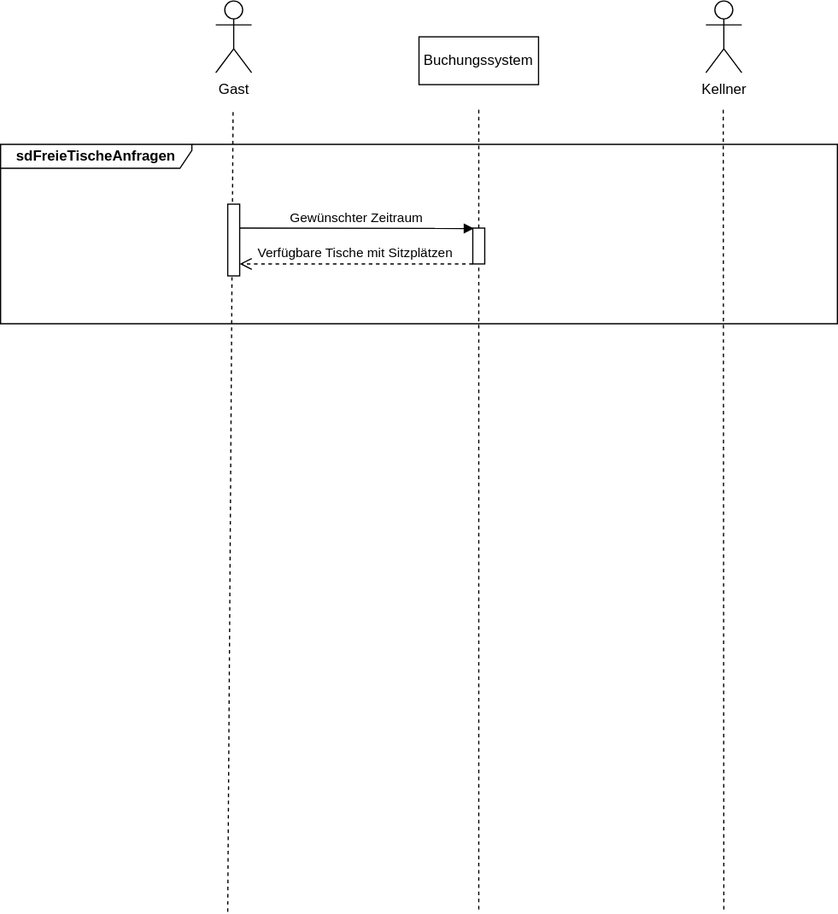
Above: diagramme/UML-Sequence.drawio.svg in FIA-GSO/tischreservierung-G-Unit-Team (draw.io), before the change. Source tidied: cells renumbered, new cells last; positions are measured from the earlier drawing's top-left corner, leaving out a move shared by most shapes. Its diagram source:
```xml
<mxGraphModel>
  <root>
    <mxCell id="0" />
    <mxCell id="1" parent="0" />
    <mxCell id="2" style="group;" parent="1" vertex="1">
      <mxGeometry x="590" width="30" height="550" as="geometry" />
    </mxCell>
    <mxCell id="3" value="Kellner" style="shape=umlActor;verticalLabelPosition=bottom;verticalAlign=top;html=1;" parent="2" vertex="1">
      <mxGeometry width="30" height="60" as="geometry" />
    </mxCell>
    <mxCell id="4" style="endArrow=none;dashed=1;html=1;rounded=0;" parent="2" edge="1">
      <mxGeometry relative="1" as="geometry">
        <mxPoint x="15" y="760" as="sourcePoint" />
        <mxPoint x="14.5" y="90" as="targetPoint" />
      </mxGeometry>
    </mxCell>
    <mxCell id="5" style="group;" parent="1" vertex="1">
      <mxGeometry x="180" width="30" height="762" as="geometry" />
    </mxCell>
    <mxCell id="6" style="group;" parent="5" vertex="1">
      <mxGeometry width="30" height="550" as="geometry" />
    </mxCell>
    <mxCell id="7" value="Gast" style="shape=umlActor;verticalLabelPosition=bottom;verticalAlign=top;html=1;" parent="6" vertex="1">
      <mxGeometry width="30" height="60" as="geometry" />
    </mxCell>
    <mxCell id="8" style="endArrow=none;dashed=1;html=1;rounded=0;startArrow=none;" parent="5" edge="1">
      <mxGeometry relative="1" as="geometry">
        <mxPoint x="10" y="762" as="sourcePoint" />
        <mxPoint x="14.5" y="90" as="targetPoint" />
      </mxGeometry>
    </mxCell>
    <mxCell id="9" style="group;" parent="1" vertex="1">
      <mxGeometry x="350" y="30" width="100" height="730" as="geometry" />
    </mxCell>
    <mxCell id="10" value="Buchungssystem" style="rounded=0;whiteSpace=wrap;html=1;" parent="9" vertex="1">
      <mxGeometry width="100" height="40" as="geometry" />
    </mxCell>
    <mxCell id="11" style="endArrow=none;dashed=1;html=1;rounded=0;startArrow=none;" parent="9" edge="1">
      <mxGeometry relative="1" as="geometry">
        <mxPoint x="50" y="730" as="sourcePoint" />
        <mxPoint x="50" y="60" as="targetPoint" />
      </mxGeometry>
    </mxCell>
    <mxCell id="12" value="&lt;b&gt;sdFreieTischeAnfragen&lt;/b&gt;" style="shape=umlFrame;whiteSpace=wrap;html=1;width=160;height=20;" parent="1" vertex="1">
      <mxGeometry y="120" width="700" height="150" as="geometry" />
    </mxCell>
    <mxCell id="13" style="perimeter=orthogonalPerimeter;rounded=0;shadow=0;strokeWidth=1;" parent="1" vertex="1">
      <mxGeometry x="190" y="170" width="10" height="60" as="geometry" />
    </mxCell>
    <mxCell id="14" value="Gewünschter Zeitraum" style="verticalAlign=bottom;endArrow=block;shadow=0;strokeWidth=1;entryX=0.1;entryY=0.011;entryDx=0;entryDy=0;entryPerimeter=0;" parent="1" edge="1" target="15">
      <mxGeometry relative="1" as="geometry">
        <mxPoint x="200" y="190" as="sourcePoint" />
      </mxGeometry>
    </mxCell>
    <mxCell id="15" style="points=[];perimeter=orthogonalPerimeter;rounded=0;shadow=0;strokeWidth=1;" parent="1" vertex="1">
      <mxGeometry x="395" y="190" width="10" height="30" as="geometry" />
    </mxCell>
    <mxCell id="16" value="Verfügbare Tische mit Sitzplätzen" style="verticalAlign=bottom;endArrow=open;dashed=1;endSize=8;exitX=0;exitY=0.95;shadow=0;strokeWidth=1;" parent="1" edge="1">
      <mxGeometry relative="1" as="geometry">
        <mxPoint x="395" y="220" as="sourcePoint" />
        <mxPoint x="200" y="220" as="targetPoint" />
      </mxGeometry>
    </mxCell>
  </root>
</mxGraphModel>
```
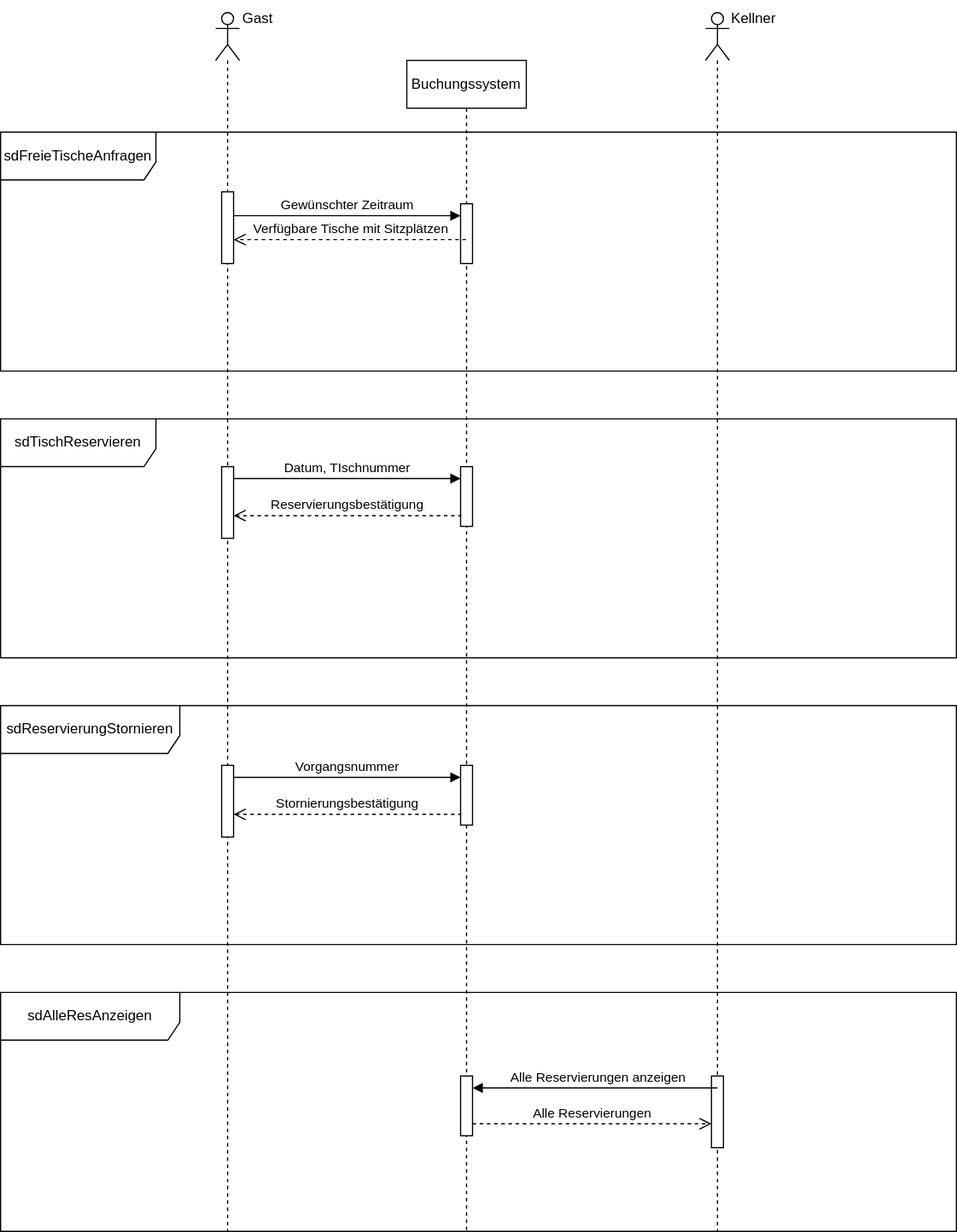
The same file after the commit.

The edit, as a diff of the source:
```diff
@@ -2,64 +2,129 @@
   <root>
     <mxCell id="0" />
     <mxCell id="1" parent="0" />
-    <mxCell id="2" style="group;" parent="1" vertex="1">
-      <mxGeometry x="590" width="30" height="550" as="geometry" />
-    </mxCell>
+    <mxCell id="12" value="sdFreieTischeAnfragen" style="shape=umlFrame;whiteSpace=wrap;html=1;width=130;height=40;" parent="1" vertex="1">
+      <mxGeometry y="120" width="800" height="200" as="geometry" />
+    </mxCell>
+    <mxCell id="17" style="shape=umlLifeline;perimeter=lifelinePerimeter;whiteSpace=wrap;html=1;newEdgeStyle={&quot;curved&quot;:0,&quot;rounded&quot;:0};participant=umlActor;" parent="1" vertex="1">
+      <mxGeometry x="180" y="20" width="20" height="1020" as="geometry" />
+    </mxCell>
+    <mxCell id="18" style="html=1;points=[[0,0,0,0,5],[0,1,0,0,-5],[1,0,0,0,5],[1,1,0,0,-5]];perimeter=orthogonalPerimeter;outlineConnect=0;targetShapes=umlLifeline;portConstraint=eastwest;newEdgeStyle={&quot;curved&quot;:0,&quot;rounded&quot;:0};" parent="17" vertex="1">
+      <mxGeometry x="5" y="150" width="10" height="60" as="geometry" />
+    </mxCell>
+    <mxCell id="19" style="html=1;points=[[0,0,0,0,5],[0,1,0,0,-5],[1,0,0,0,5],[1,1,0,0,-5]];perimeter=orthogonalPerimeter;outlineConnect=0;targetShapes=umlLifeline;portConstraint=eastwest;newEdgeStyle={&quot;curved&quot;:0,&quot;rounded&quot;:0};" parent="17" vertex="1">
+      <mxGeometry x="5" y="380" width="10" height="60" as="geometry" />
+    </mxCell>
+    <mxCell id="20" style="html=1;perimeter=orthogonalPerimeter;targetShapes=umlLifeline;newEdgeStyle={&quot;curved&quot;:0,&quot;rounded&quot;:0};" parent="17" vertex="1">
+      <mxGeometry x="5" y="630" width="10" height="60" as="geometry" />
+    </mxCell>
+    <mxCell id="10" value="Buchungssystem" style="shape=umlLifeline;perimeter=lifelinePerimeter;whiteSpace=wrap;html=1;outlineConnect=0;portConstraint=eastwest;newEdgeStyle={&quot;curved&quot;:0,&quot;rounded&quot;:0};" parent="1" vertex="1">
+      <mxGeometry x="340" y="60" width="100" height="980" as="geometry" />
+    </mxCell>
+    <mxCell id="21" style="html=1;points=[[0,0,0,0,5],[0,1,0,0,-5],[1,0,0,0,5],[1,1,0,0,-5]];perimeter=orthogonalPerimeter;outlineConnect=0;targetShapes=umlLifeline;portConstraint=eastwest;newEdgeStyle={&quot;curved&quot;:0,&quot;rounded&quot;:0};" parent="10" vertex="1">
+      <mxGeometry x="45" y="120" width="10" height="50" as="geometry" />
+    </mxCell>
+    <mxCell id="22" style="html=1;perimeter=orthogonalPerimeter;targetShapes=umlLifeline;newEdgeStyle={&quot;curved&quot;:0,&quot;rounded&quot;:0};" parent="10" vertex="1">
+      <mxGeometry x="45" y="850" width="10" height="50" as="geometry" />
+    </mxCell>
+    <mxCell id="23" style="shape=umlLifeline;perimeter=lifelinePerimeter;whiteSpace=wrap;html=1;newEdgeStyle={&quot;curved&quot;:0,&quot;rounded&quot;:0};participant=umlActor;" parent="1" vertex="1">
+      <mxGeometry x="590" y="20" width="20" height="1020" as="geometry" />
+    </mxCell>
+    <mxCell id="7" value="Gast" style="text;html=1;align=center;verticalAlign=middle;strokeColor=none;fillColor=none;" parent="1" vertex="1">
+      <mxGeometry x="190" y="10" width="50" height="30" as="geometry" />
+    </mxCell>
-    <mxCell id="3" value="Kellner" style="shape=umlActor;verticalLabelPosition=bottom;verticalAlign=top;html=1;" parent="2" vertex="1">
-      <mxGeometry width="30" height="60" as="geometry" />
+    <mxCell id="3" value="Kellner" style="text;html=1;align=center;verticalAlign=middle;strokeColor=none;fillColor=none;" parent="1" vertex="1">
+      <mxGeometry x="600" y="10" width="60" height="30" as="geometry" />
     </mxCell>
-    <mxCell id="4" style="endArrow=none;dashed=1;html=1;rounded=0;" parent="2" edge="1">
-      <mxGeometry relative="1" as="geometry">
-        <mxPoint x="15" y="760" as="sourcePoint" />
-        <mxPoint x="14.5" y="90" as="targetPoint" />
-      </mxGeometry>
-    </mxCell>
-    <mxCell id="5" style="group;" parent="1" vertex="1">
-      <mxGeometry x="180" width="30" height="762" as="geometry" />
-    </mxCell>
-    <mxCell id="6" style="group;" parent="5" vertex="1">
-      <mxGeometry width="30" height="550" as="geometry" />
-    </mxCell>
-    <mxCell id="7" value="Gast" style="shape=umlActor;verticalLabelPosition=bottom;verticalAlign=top;html=1;" parent="6" vertex="1">
-      <mxGeometry width="30" height="60" as="geometry" />
-    </mxCell>
-    <mxCell id="8" style="endArrow=none;dashed=1;html=1;rounded=0;startArrow=none;" parent="5" edge="1">
-      <mxGeometry relative="1" as="geometry">
-        <mxPoint x="10" y="762" as="sourcePoint" />
-        <mxPoint x="14.5" y="90" as="targetPoint" />
-      </mxGeometry>
-    </mxCell>
-    <mxCell id="9" style="group;" parent="1" vertex="1">
-      <mxGeometry x="350" y="30" width="100" height="730" as="geometry" />
-    </mxCell>
-    <mxCell id="10" value="Buchungssystem" style="rounded=0;whiteSpace=wrap;html=1;" parent="9" vertex="1">
-      <mxGeometry width="100" height="40" as="geometry" />
-    </mxCell>
-    <mxCell id="11" style="endArrow=none;dashed=1;html=1;rounded=0;startArrow=none;" parent="9" edge="1">
-      <mxGeometry relative="1" as="geometry">
-        <mxPoint x="50" y="730" as="sourcePoint" />
-        <mxPoint x="50" y="60" as="targetPoint" />
-      </mxGeometry>
-    </mxCell>
-    <mxCell id="12" value="&lt;b&gt;sdFreieTischeAnfragen&lt;/b&gt;" style="shape=umlFrame;whiteSpace=wrap;html=1;width=160;height=20;" parent="1" vertex="1">
-      <mxGeometry y="120" width="700" height="150" as="geometry" />
-    </mxCell>
-    <mxCell id="13" style="perimeter=orthogonalPerimeter;rounded=0;shadow=0;strokeWidth=1;" parent="1" vertex="1">
-      <mxGeometry x="190" y="170" width="10" height="60" as="geometry" />
-    </mxCell>
-    <mxCell id="14" value="Gewünschter Zeitraum" style="verticalAlign=bottom;endArrow=block;shadow=0;strokeWidth=1;entryX=0.1;entryY=0.011;entryDx=0;entryDy=0;entryPerimeter=0;" parent="1" edge="1" target="15">
+    <mxCell id="14" value="Gewünschter Zeitraum" style="html=1;verticalAlign=bottom;endArrow=block;curved=0;rounded=0;edgeStyle=orthogonalEdgeStyle;" parent="1" edge="1" source="18" target="21">
       <mxGeometry relative="1" as="geometry">
-        <mxPoint x="200" y="190" as="sourcePoint" />
+        <Array as="points">
+          <mxPoint x="310" y="190" />
+          <mxPoint x="310" y="190" />
+        </Array>
       </mxGeometry>
     </mxCell>
-    <mxCell id="15" style="points=[];perimeter=orthogonalPerimeter;rounded=0;shadow=0;strokeWidth=1;" parent="1" vertex="1">
-      <mxGeometry x="395" y="190" width="10" height="30" as="geometry" />
-    </mxCell>
-    <mxCell id="16" value="Verfügbare Tische mit Sitzplätzen" style="verticalAlign=bottom;endArrow=open;dashed=1;endSize=8;exitX=0;exitY=0.95;shadow=0;strokeWidth=1;" parent="1" edge="1">
+    <mxCell id="16" value="Verfügbare Tische mit Sitzplätzen" style="html=1;verticalAlign=bottom;endArrow=open;dashed=1;endSize=8;curved=0;rounded=0;edgeStyle=orthogonalEdgeStyle;" parent="1" edge="1" source="10" target="18">
       <mxGeometry relative="1" as="geometry">
-        <mxPoint x="395" y="220" as="sourcePoint" />
-        <mxPoint x="200" y="220" as="targetPoint" />
+        <Array as="points">
+          <mxPoint x="310" y="210" />
+          <mxPoint x="310" y="210" />
+        </Array>
       </mxGeometry>
     </mxCell>
+    <mxCell id="24" value="sdTischReservieren" style="shape=umlFrame;whiteSpace=wrap;html=1;width=130;height=40;" parent="1" vertex="1">
+      <mxGeometry y="360" width="800" height="200" as="geometry" />
+    </mxCell>
+    <mxCell id="25" style="html=1;perimeter=orthogonalPerimeter;targetShapes=umlLifeline;newEdgeStyle={&quot;curved&quot;:0,&quot;rounded&quot;:0};" parent="1" vertex="1">
+      <mxGeometry x="385" y="400" width="10" height="50" as="geometry" />
+    </mxCell>
+    <mxCell id="26" value="Datum, TIschnummer" style="html=1;verticalAlign=bottom;endArrow=block;curved=0;rounded=0;edgeStyle=orthogonalEdgeStyle;" parent="1" edge="1">
+      <mxGeometry relative="1" as="geometry">
+        <mxPoint x="195" y="410" as="sourcePoint" />
+        <mxPoint x="385" y="410" as="targetPoint" />
+        <Array as="points">
+          <mxPoint x="310" y="410" />
+          <mxPoint x="310" y="410" />
+        </Array>
+      </mxGeometry>
+    </mxCell>
+    <mxCell id="27" value="Reservierungsbestätigung" style="html=1;verticalAlign=bottom;endArrow=open;dashed=1;endSize=8;curved=0;rounded=0;edgeStyle=orthogonalEdgeStyle;" parent="1" edge="1" target="19">
+      <mxGeometry relative="1" as="geometry">
+        <mxPoint x="385" y="440" as="sourcePoint" />
+        <Array as="points">
+          <mxPoint x="385" y="441" />
+        </Array>
+      </mxGeometry>
+    </mxCell>
+    <mxCell id="28" value="sdReservierungStornieren" style="shape=umlFrame;whiteSpace=wrap;html=1;width=150;height=40;" parent="1" vertex="1">
+      <mxGeometry y="600" width="800" height="200" as="geometry" />
+    </mxCell>
+    <mxCell id="29" style="html=1;perimeter=orthogonalPerimeter;targetShapes=umlLifeline;newEdgeStyle={&quot;curved&quot;:0,&quot;rounded&quot;:0};" parent="1" vertex="1">
+      <mxGeometry x="385" y="650" width="10" height="50" as="geometry" />
+    </mxCell>
+    <mxCell id="30" value="Vorgangsnummer" style="html=1;verticalAlign=bottom;endArrow=block;curved=0;rounded=0;edgeStyle=orthogonalEdgeStyle;" parent="1" edge="1">
+      <mxGeometry relative="1" as="geometry">
+        <mxPoint x="195" y="660" as="sourcePoint" />
+        <mxPoint x="385" y="660" as="targetPoint" />
+        <Array as="points">
+          <mxPoint x="310" y="660" />
+          <mxPoint x="310" y="660" />
+        </Array>
+      </mxGeometry>
+    </mxCell>
+    <mxCell id="31" value="Stornierungsbestätigung" style="html=1;verticalAlign=bottom;endArrow=open;dashed=1;endSize=8;curved=0;rounded=0;edgeStyle=orthogonalEdgeStyle;" parent="1" edge="1">
+      <mxGeometry relative="1" as="geometry">
+        <mxPoint x="385" y="690" as="sourcePoint" />
+        <mxPoint x="195" y="691" as="targetPoint" />
+        <Array as="points">
+          <mxPoint x="385" y="691" />
+        </Array>
+      </mxGeometry>
+    </mxCell>
+    <mxCell id="32" value="sdAlleResAnzeigen" style="shape=umlFrame;whiteSpace=wrap;html=1;width=150;height=40;" parent="1" vertex="1">
+      <mxGeometry y="840" width="800" height="200" as="geometry" />
+    </mxCell>
+    <mxCell id="33" style="html=1;perimeter=orthogonalPerimeter;targetShapes=umlLifeline;newEdgeStyle={&quot;curved&quot;:0,&quot;rounded&quot;:0};" parent="1" vertex="1">
+      <mxGeometry x="595" y="910" width="10" height="60" as="geometry" />
+    </mxCell>
+    <mxCell id="34" value="Alle Reservierungen anzeigen" style="html=1;verticalAlign=bottom;endArrow=block;curved=0;rounded=0;edgeStyle=orthogonalEdgeStyle;" parent="1" edge="1">
+      <mxGeometry x="0.16" relative="1" as="geometry">
+        <mxPoint x="555" y="920" as="sourcePoint" />
+        <mxPoint x="395" y="920" as="targetPoint" />
+        <Array as="points">
+          <mxPoint x="600" y="920" />
+          <mxPoint x="600" y="920" />
+        </Array>
+      </mxGeometry>
+    </mxCell>
+    <mxCell id="35" value="Alle Reservierungen" style="html=1;verticalAlign=bottom;endArrow=open;dashed=1;endSize=8;curved=0;rounded=0;edgeStyle=orthogonalEdgeStyle;" parent="1" edge="1">
+      <mxGeometry relative="1" as="geometry">
+        <mxPoint x="395" y="950" as="sourcePoint" />
+        <mxPoint x="595" y="950" as="targetPoint" />
+        <Array as="points">
+          <mxPoint x="440" y="950" />
+          <mxPoint x="440" y="950" />
+        </Array>
+      </mxGeometry>
+    </mxCell>
   </root>
 </mxGraphModel>
```
